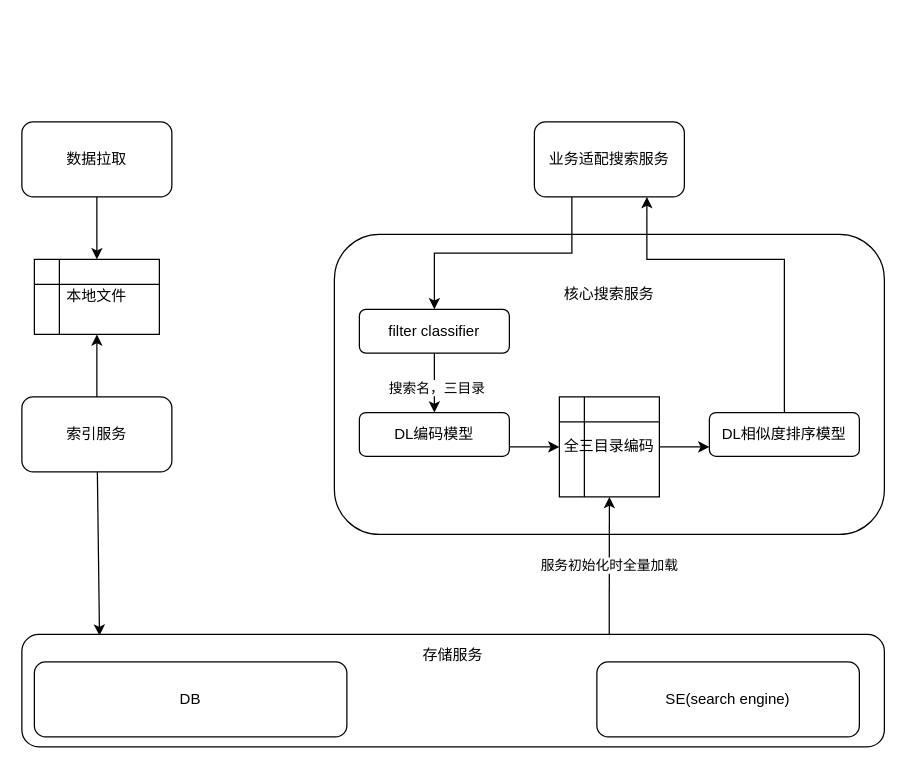
This is page "数据流向图" (2 of 5) of 对码架构.drawio from XiaoLiuAI/diagrams, a draw.io file, before an edit. Source tidied: cells renumbered, new cells numbered last; positions are measured from the earlier drawing's top-left corner, leaving out a move shared by most shapes. Both pictures are drawn from the tidied source at 125%, with x=0, y=0 at pixel (21, 121).
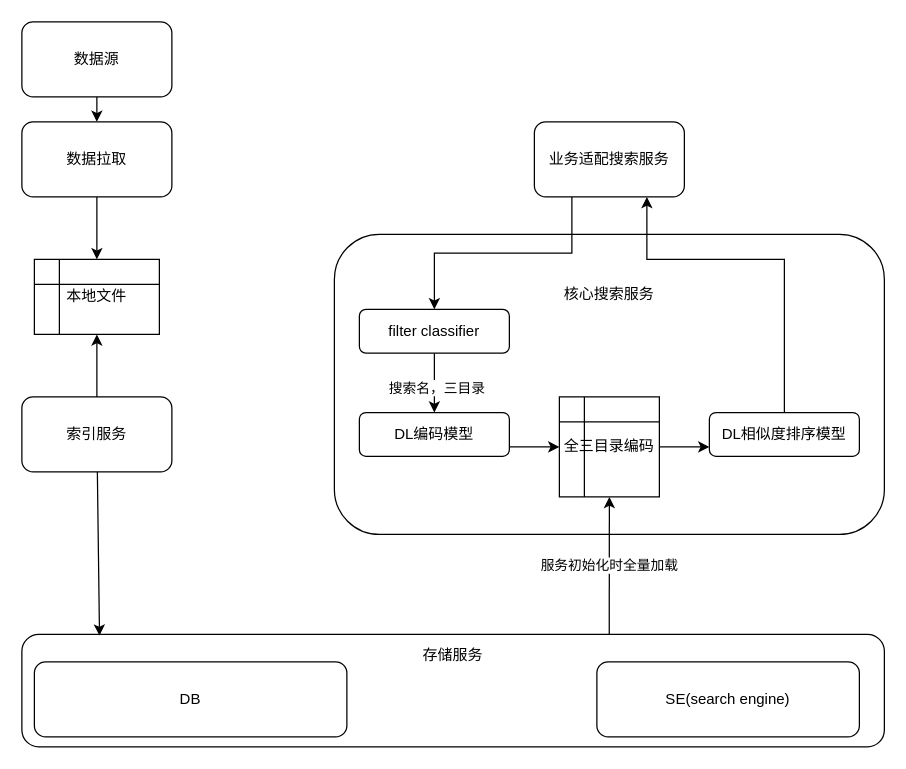
The same diagram, later.

Unchanged cells that the change refers to:
```xml
<mxCell id="4" value="数据拉取" style="rounded=1;whiteSpace=wrap;html=1;" parent="1" vertex="1">
  <mxGeometry width="120" height="60" as="geometry" />
</mxCell>
```

Diff of the diagram source:
```diff
@@
+    <mxCell id="24" style="edgeStyle=orthogonalEdgeStyle;rounded=0;jettySize=auto;html=1;exitX=0.5;exitY=1;exitDx=0;exitDy=0;entryX=0.5;entryY=0;entryDx=0;entryDy=0;" parent="1" edge="1" source="25" target="4">
+      <mxGeometry relative="1" as="geometry" />
+    </mxCell>
+    <mxCell id="25" value="数据源" style="rounded=1;whiteSpace=wrap;html=1;" parent="1" vertex="1">
+      <mxGeometry y="-80" width="120" height="60" as="geometry" />
+    </mxCell>
```
